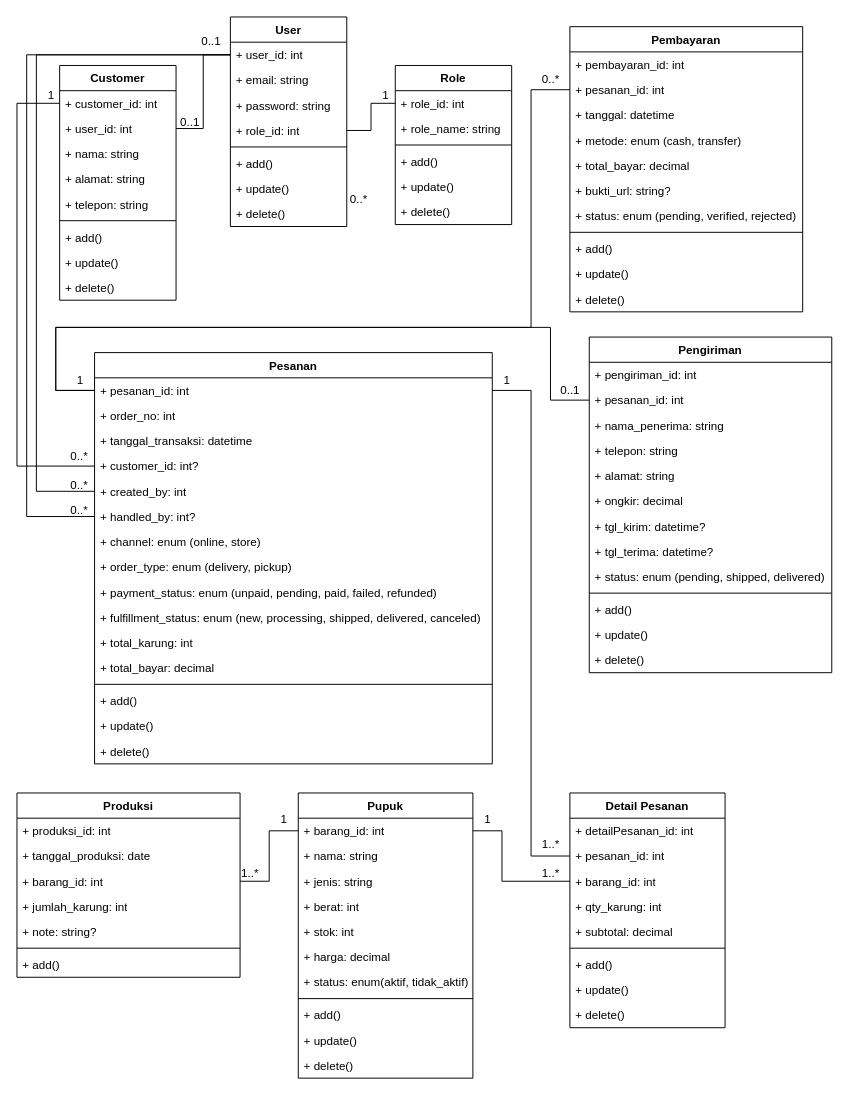
Earlier version of the draw.io diagram page "Class Diagram" (2 of 6) of public/Rancangan Sistem/Agro Lestarindo.drawio (muhammadega21/e-pupuk). Source tidied: cells renumbered, new cells numbered last; positions are measured from the earlier drawing's top-left corner, leaving out a move shared by most shapes. Both pictures are drawn from the tidied source at 97%, with x=0, y=0 at pixel (16, 16).
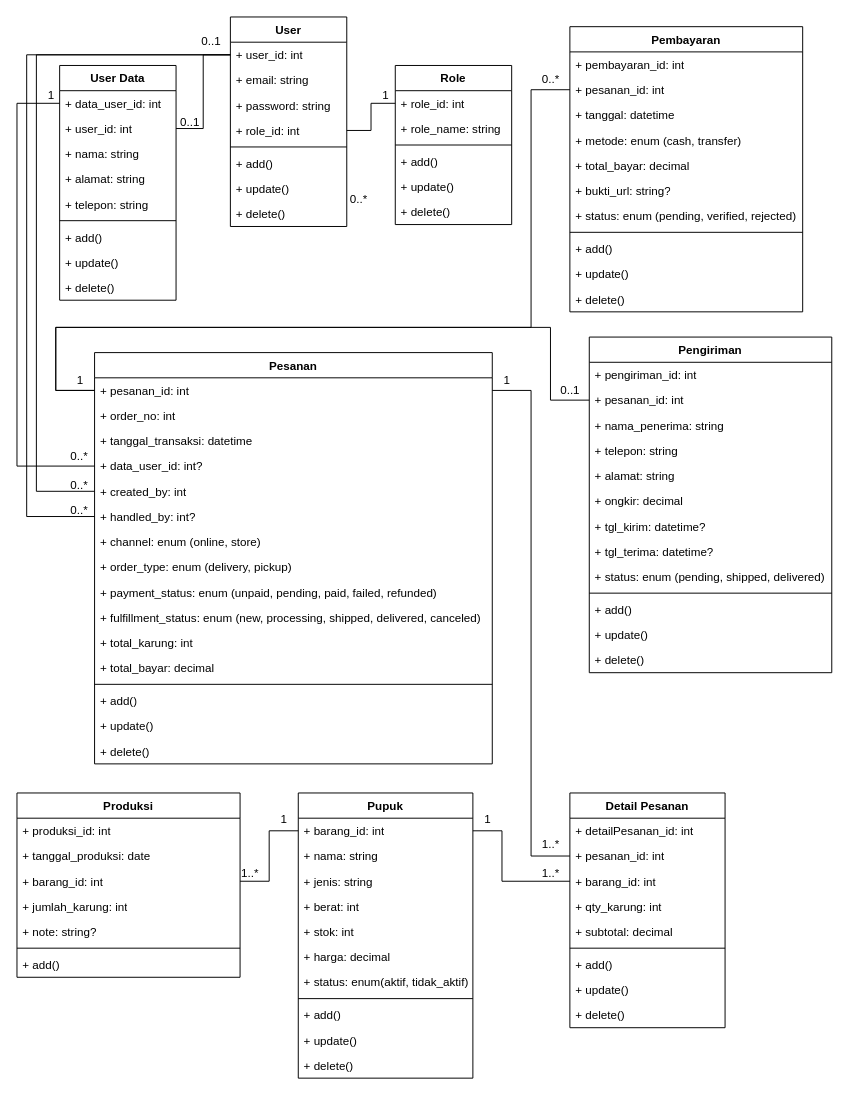
The same diagram, later.

The change refers to these unchanged cells:
```xml
<mxCell id="2" value="Pesanan" style="swimlane;fontStyle=1;align=center;verticalAlign=top;horizontal=1;startSize=26;whiteSpace=wrap;html=1;" parent="1" vertex="1">
  <mxGeometry x="80" y="346" width="410" height="424" as="geometry" />
</mxCell>
```

What changed in the source:
```diff
@@
-    <mxCell id="6" value="+ customer_id: int?" style="text;strokeColor=none;fillColor=none;align=left;verticalAlign=top;spacingLeft=4;spacingRight=4;overflow=hidden;points=[[0,0.5],[1,0.5]];portConstraint=eastwest;whiteSpace=wrap;html=1;" parent="2" vertex="1">
+    <mxCell id="6" value="+ data_user_id: int?" style="text;strokeColor=none;fillColor=none;align=left;verticalAlign=top;spacingLeft=4;spacingRight=4;overflow=hidden;points=[[0,0.5],[1,0.5]];portConstraint=eastwest;whiteSpace=wrap;html=1;" parent="2" vertex="1">
       <mxGeometry y="104" width="410" height="26" as="geometry" />
     </mxCell>
@@
-    <mxCell id="111" value="Customer" style="swimlane;fontStyle=1;align=center;verticalAlign=top;horizontal=1;startSize=26;whiteSpace=wrap;html=1;" parent="1" vertex="1">
+    <mxCell id="111" value="User Data" style="swimlane;fontStyle=1;align=center;verticalAlign=top;horizontal=1;startSize=26;whiteSpace=wrap;html=1;" parent="1" vertex="1">
       <mxGeometry x="44" y="50" width="120" height="242" as="geometry" />
     </mxCell>
-    <mxCell id="112" value="+ customer_id: int" style="text;strokeColor=none;fillColor=none;align=left;verticalAlign=top;spacingLeft=4;spacingRight=4;overflow=hidden;points=[[0,0.5],[1,0.5]];portConstraint=eastwest;whiteSpace=wrap;html=1;" parent="111" vertex="1">
+    <mxCell id="112" value="+ data_user_id: int" style="text;strokeColor=none;fillColor=none;align=left;verticalAlign=top;spacingLeft=4;spacingRight=4;overflow=hidden;points=[[0,0.5],[1,0.5]];portConstraint=eastwest;whiteSpace=wrap;html=1;" parent="111" vertex="1">
       <mxGeometry y="26" width="120" height="26" as="geometry" />
     </mxCell>
```
